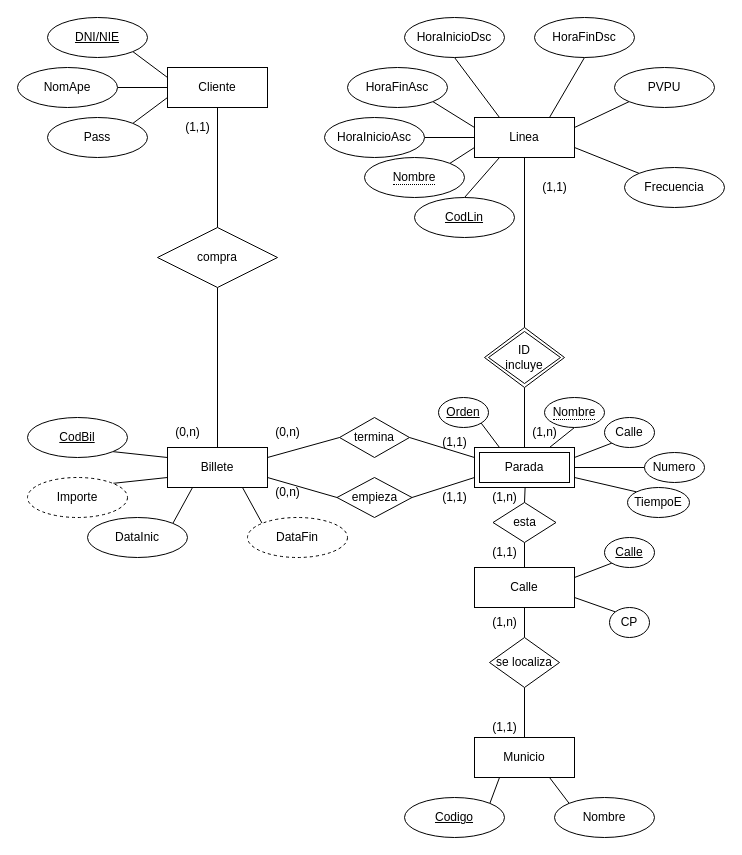
Before: page "Diseño final" (2 of 2) of Documentacion/Bases de datos/diagramaBD.drawio in PetaldoiPorramador/ErronkaBus, a draw.io diagram. Source tidied: cells renumbered, new cells numbered last; positions are measured from the earlier drawing's top-left corner, leaving out a move shared by most shapes. Both pictures are drawn from the tidied source at 100%, with x=0, y=0 at pixel (17, 17).
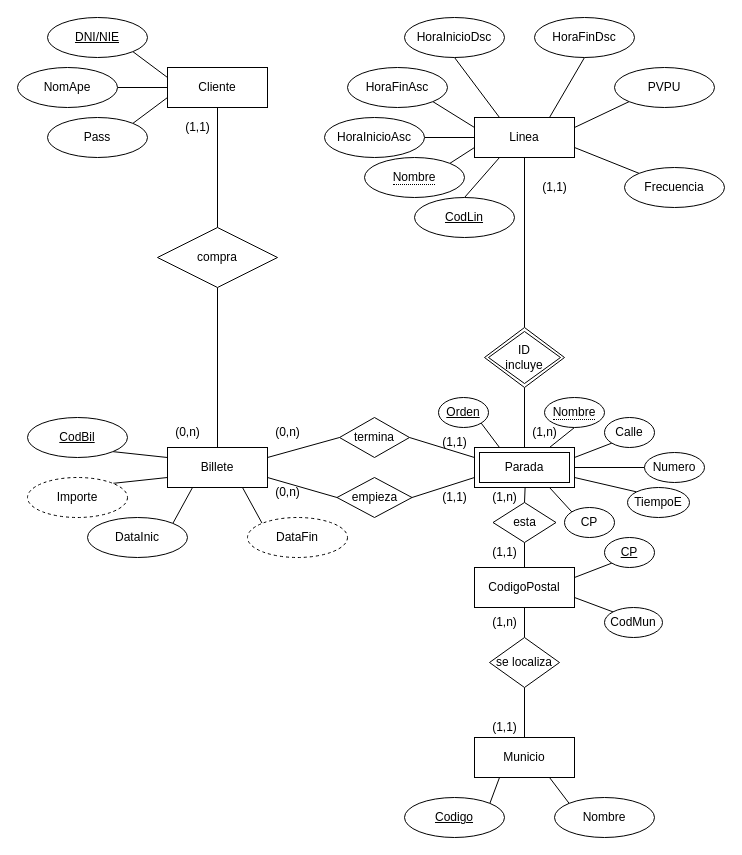
After the change.

Unchanged cells that the change refers to:
```xml
<mxCell id="16" value="Parada" style="shape=ext;margin=3;double=1;whiteSpace=wrap;html=1;align=center;" parent="1" vertex="1">
  <mxGeometry x="457" y="430" width="100" height="40" as="geometry" />
</mxCell>
```

The edit, as a diff of the source:
```diff
@@
-    <mxCell id="79" value="Calle" style="whiteSpace=wrap;html=1;align=center;" parent="1" vertex="1">
+    <mxCell id="79" value="CodigoPostal" style="whiteSpace=wrap;html=1;align=center;" parent="1" vertex="1">
       <mxGeometry x="457" y="550" width="100" height="40" as="geometry" />
     </mxCell>
-    <mxCell id="80" value="&lt;u&gt;Calle&lt;/u&gt;" style="ellipse;whiteSpace=wrap;html=1;align=center;" parent="1" vertex="1">
+    <mxCell id="80" value="&lt;u&gt;CP&lt;/u&gt;" style="ellipse;whiteSpace=wrap;html=1;align=center;" parent="1" vertex="1">
       <mxGeometry x="587" y="520" width="50" height="30" as="geometry" />
     </mxCell>
-    <mxCell id="81" value="CP" style="ellipse;whiteSpace=wrap;html=1;align=center;" parent="1" vertex="1">
-      <mxGeometry x="592" y="590" width="40" height="30" as="geometry" />
+    <mxCell id="81" value="CodMun" style="ellipse;whiteSpace=wrap;html=1;align=center;" parent="1" vertex="1">
+      <mxGeometry x="587" y="590" width="58" height="30" as="geometry" />
     </mxCell>
@@
+    <mxCell id="86" style="rounded=0;jettySize=auto;html=1;exitX=0;exitY=0;exitDx=0;exitDy=0;entryX=0.75;entryY=1;entryDx=0;entryDy=0;endArrow=none;endFill=0;" parent="1" edge="1" source="87" target="16">
+      <mxGeometry relative="1" as="geometry" />
+    </mxCell>
+    <mxCell id="87" value="CP" style="ellipse;whiteSpace=wrap;html=1;align=center;" parent="1" vertex="1">
+      <mxGeometry x="547" y="490" width="50" height="30" as="geometry" />
+    </mxCell>
```
